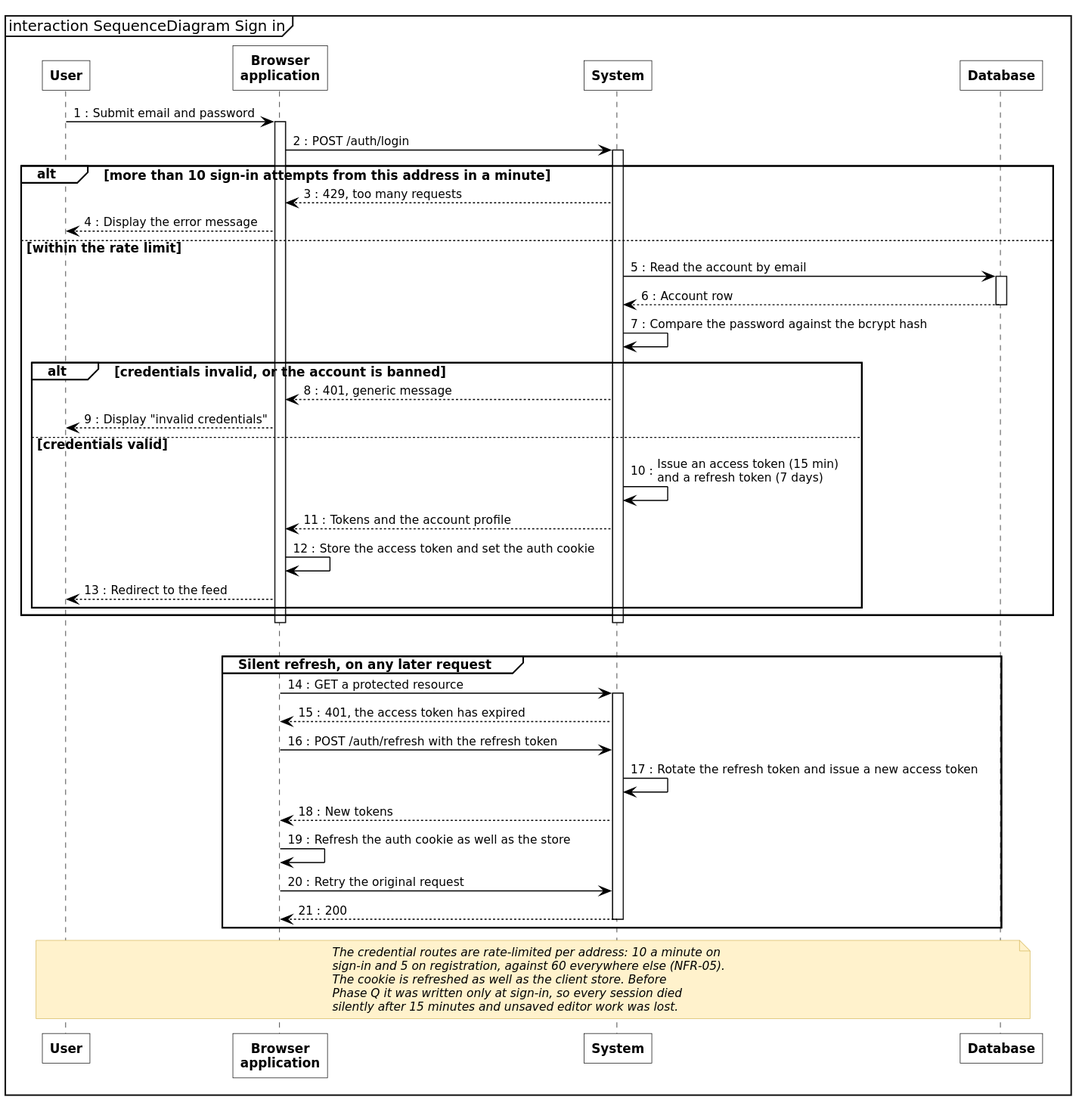
This is diagrams/fig-4-3-sequence-authentication/fig-4-3-sequence-authentication.svg from inkwell-dev/spec.inkwell.ai, a PlantUML export, as it was before one commit.
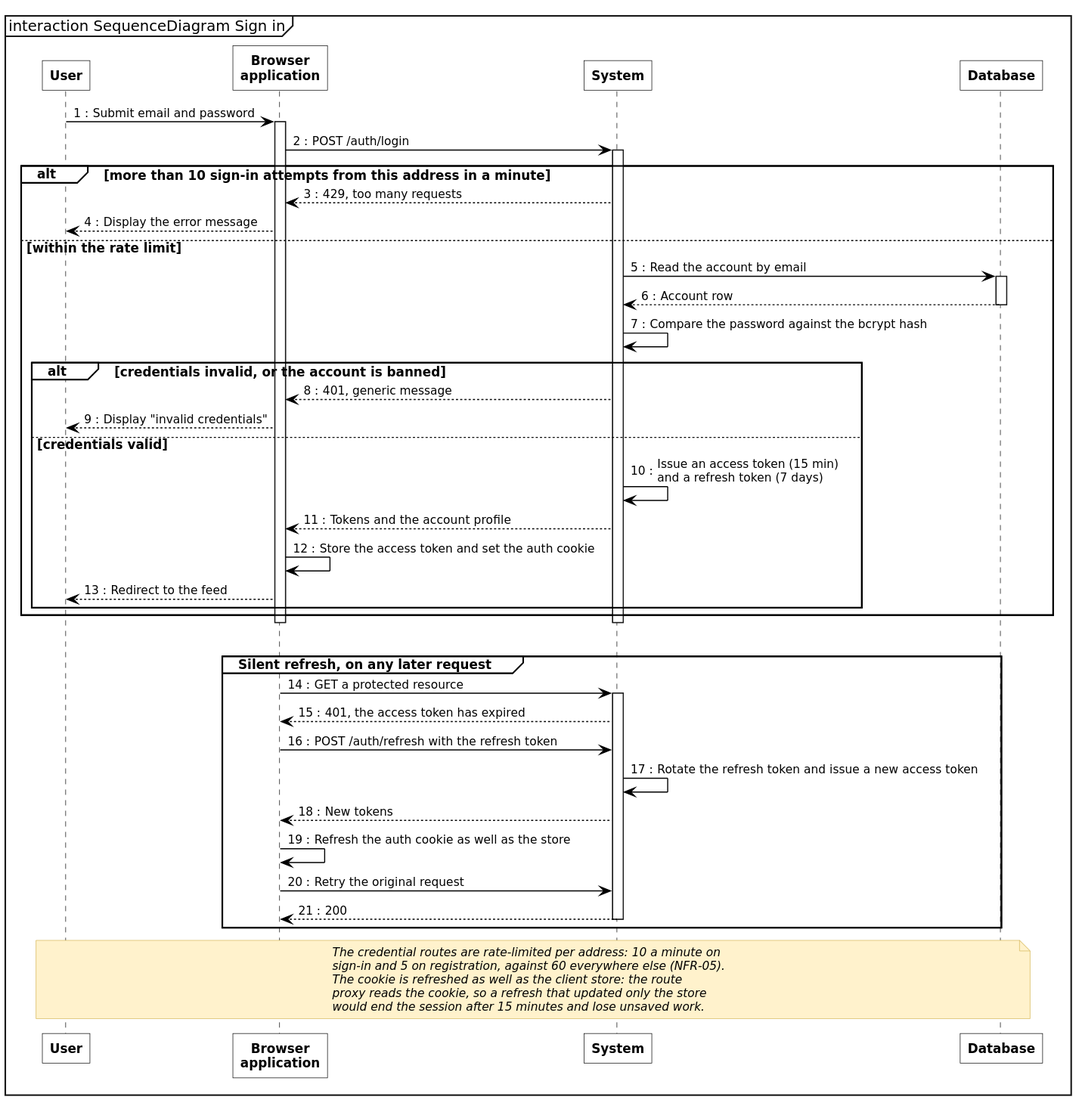
The same file after the commit.

The edit, as a diff of the source:
```diff
@@ -54,8 +54,8 @@
 note over U, D
   The credential routes are rate-limited per address: 10 a minute on
   sign-in and 5 on registration, against 60 everywhere else (NFR-05).
-  The cookie is refreshed as well as the client store. Before
-  Phase Q it was written only at sign-in, so every session died
-  silently after 15 minutes and unsaved editor work was lost.
+  The cookie is refreshed as well as the client store: the route
+  proxy reads the cookie, so a refresh that updated only the store
+  would end the session after 15 minutes and lose unsaved work.
 end note
 @enduml
```
